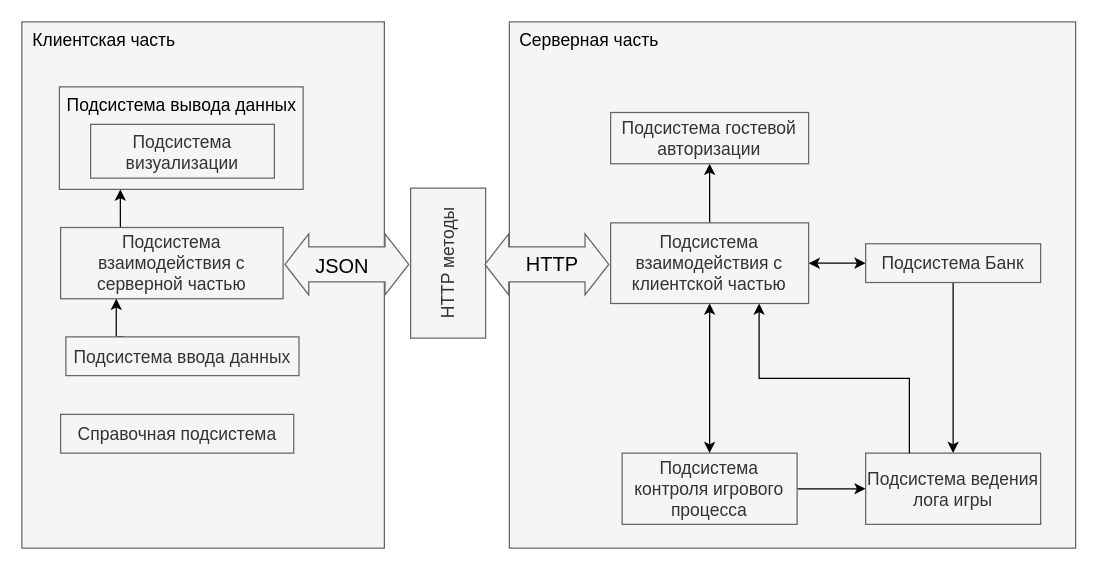
This is Структурка.drawio from WhitePencil1/ProgEngineering, a draw.io file, before an edit. Source tidied: cells renumbered, new cells numbered last; positions are measured from the earlier drawing's top-left corner, leaving out a move shared by most shapes. Both pictures are drawn from the tidied source at 125%, with x=0, y=0 at pixel (21, 21).
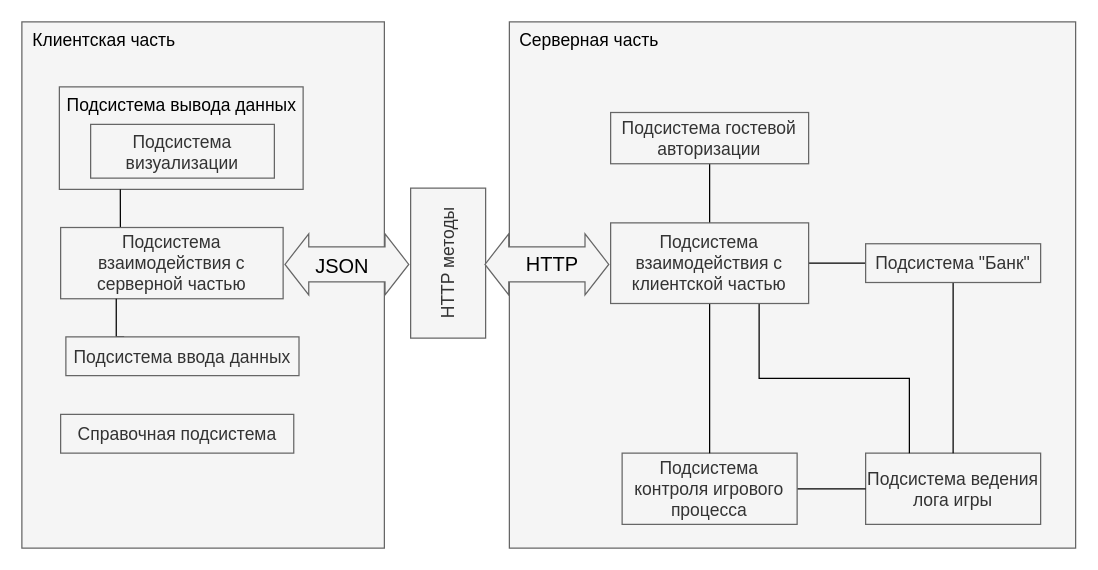
The same diagram, later.

Unchanged cells that the change refers to:
```xml
<mxCell id="4" value="&lt;div&gt;&lt;br&gt;&lt;/div&gt;" style="rounded=0;whiteSpace=wrap;html=1;fillColor=#f5f5f5;fontColor=#333333;strokeColor=#666666;align=center;" parent="1" vertex="1">
  <mxGeometry x="30" y="52" width="195" height="82" as="geometry" />
</mxCell>
<mxCell id="9" value="&lt;font style=&quot;font-size: 14px;&quot;&gt;Подсистема взаимодействия с серверной частью&lt;/font&gt;" style="rounded=0;whiteSpace=wrap;html=1;fillColor=#f5f5f5;fontColor=#333333;strokeColor=#666666;" parent="1" vertex="1">
  <mxGeometry x="31" y="164.5" width="178" height="57" as="geometry" />
</mxCell>
<mxCell id="11" value="&lt;font style=&quot;font-size: 14px;&quot;&gt;Подсистема ввода данных&lt;/font&gt;" style="rounded=0;whiteSpace=wrap;html=1;fillColor=#f5f5f5;fontColor=#333333;strokeColor=#666666;" parent="1" vertex="1">
  <mxGeometry x="35.2" y="252" width="186.5" height="31" as="geometry" />
</mxCell>
<mxCell id="19" value="&lt;span style=&quot;font-size: 14px;&quot;&gt;Подсистема ведения лога игры&lt;/span&gt;" style="rounded=0;whiteSpace=wrap;html=1;fillColor=#f5f5f5;fontColor=#333333;strokeColor=#666666;" parent="1" vertex="1">
  <mxGeometry x="675" y="345" width="140" height="57" as="geometry" />
</mxCell>
<mxCell id="21" value="&lt;span style=&quot;font-size: 14px;&quot;&gt;Подсистема контроля игрового процесса&lt;/span&gt;" style="rounded=0;whiteSpace=wrap;html=1;fillColor=#f5f5f5;fontColor=#333333;strokeColor=#666666;" parent="1" vertex="1">
  <mxGeometry x="480.2" y="345" width="140" height="57" as="geometry" />
</mxCell>
<mxCell id="28" value="&lt;span style=&quot;font-size: 14px;&quot;&gt;Подсистема взаимодействия с клиентской частью&lt;/span&gt;" style="rounded=0;whiteSpace=wrap;html=1;fillColor=#f5f5f5;fontColor=#333333;strokeColor=#666666;" parent="1" vertex="1">
  <mxGeometry x="471" y="160.8" width="158.4" height="64.5" as="geometry" />
</mxCell>
<mxCell id="30" value="&lt;span style=&quot;font-size: 14px;&quot;&gt;Подсистема гостевой авторизации&lt;/span&gt;" style="rounded=0;whiteSpace=wrap;html=1;fillColor=#f5f5f5;fontColor=#333333;strokeColor=#666666;" parent="1" vertex="1">
  <mxGeometry x="471" y="72.5" width="158.4" height="41" as="geometry" />
</mxCell>
```

The edit, as a diff of the source:
```diff
@@
-    <mxCell id="8" style="edgeStyle=orthogonalEdgeStyle;rounded=0;jettySize=auto;html=1;exitX=0.25;exitY=0;exitDx=0;exitDy=0;entryX=0.25;entryY=1;entryDx=0;entryDy=0;strokeColor=#000000;" parent="1" edge="1" source="9" target="4">
+    <mxCell id="8" style="edgeStyle=orthogonalEdgeStyle;rounded=0;jettySize=auto;html=1;exitX=0.25;exitY=0;exitDx=0;exitDy=0;entryX=0.25;entryY=1;entryDx=0;entryDy=0;strokeColor=#000000;endArrow=none;endFill=0;" parent="1" edge="1" source="9" target="4">
       <mxGeometry relative="1" as="geometry" />
     </mxCell>
@@
-    <mxCell id="10" style="edgeStyle=orthogonalEdgeStyle;rounded=0;jettySize=auto;html=1;exitX=0.25;exitY=0;exitDx=0;exitDy=0;entryX=0.25;entryY=1;entryDx=0;entryDy=0;strokeColor=#000000;" parent="1" edge="1" source="11" target="9">
+    <mxCell id="10" style="edgeStyle=orthogonalEdgeStyle;rounded=0;jettySize=auto;html=1;exitX=0.25;exitY=0;exitDx=0;exitDy=0;entryX=0.25;entryY=1;entryDx=0;entryDy=0;strokeColor=#000000;endArrow=none;endFill=0;" parent="1" edge="1" source="11" target="9">
       <mxGeometry relative="1" as="geometry" />
     </mxCell>
@@
-    <mxCell id="20" style="edgeStyle=orthogonalEdgeStyle;rounded=0;jettySize=auto;html=1;exitX=1;exitY=0.5;exitDx=0;exitDy=0;entryX=0;entryY=0.5;entryDx=0;entryDy=0;strokeColor=#000000;" parent="1" edge="1" source="21" target="19">
+    <mxCell id="20" style="edgeStyle=orthogonalEdgeStyle;rounded=0;jettySize=auto;html=1;exitX=1;exitY=0.5;exitDx=0;exitDy=0;entryX=0;entryY=0.5;entryDx=0;entryDy=0;strokeColor=#000000;startArrow=none;startFill=0;endArrow=none;endFill=0;" parent="1" edge="1" source="21" target="19">
       <mxGeometry relative="1" as="geometry" />
     </mxCell>
@@
-    <mxCell id="22" style="edgeStyle=orthogonalEdgeStyle;rounded=0;jettySize=auto;html=1;exitX=0.5;exitY=1;exitDx=0;exitDy=0;entryX=0.5;entryY=0;entryDx=0;entryDy=0;strokeColor=#000000;" parent="1" edge="1" source="24" target="19">
+    <mxCell id="22" style="edgeStyle=orthogonalEdgeStyle;rounded=0;jettySize=auto;html=1;exitX=0.5;exitY=1;exitDx=0;exitDy=0;entryX=0.5;entryY=0;entryDx=0;entryDy=0;strokeColor=#000000;startArrow=none;startFill=0;endArrow=none;endFill=0;" parent="1" edge="1" source="24" target="19">
       <mxGeometry relative="1" as="geometry" />
     </mxCell>
-    <mxCell id="23" style="edgeStyle=orthogonalEdgeStyle;rounded=0;jettySize=auto;html=1;exitX=0;exitY=0.5;exitDx=0;exitDy=0;entryX=1;entryY=0.5;entryDx=0;entryDy=0;startArrow=classic;startFill=1;strokeColor=#000000;" parent="1" edge="1" source="24" target="28">
+    <mxCell id="23" style="edgeStyle=orthogonalEdgeStyle;rounded=0;jettySize=auto;html=1;exitX=0;exitY=0.5;exitDx=0;exitDy=0;entryX=1;entryY=0.5;entryDx=0;entryDy=0;startArrow=none;startFill=0;strokeColor=#000000;endArrow=none;endFill=0;" parent="1" edge="1" source="24" target="28">
       <mxGeometry relative="1" as="geometry" />
     </mxCell>
-    <mxCell id="24" value="&lt;span style=&quot;font-size: 14px;&quot;&gt;Подсистема Банк&lt;/span&gt;" style="rounded=0;whiteSpace=wrap;html=1;fillColor=#f5f5f5;fontColor=#333333;strokeColor=#666666;" parent="1" vertex="1">
+    <mxCell id="24" value="&lt;span style=&quot;font-size: 14px;&quot;&gt;Подсистема &quot;Банк&quot;&lt;/span&gt;" style="rounded=0;whiteSpace=wrap;html=1;fillColor=#f5f5f5;fontColor=#333333;strokeColor=#666666;" parent="1" vertex="1">
       <mxGeometry x="675" y="177.5" width="140" height="31" as="geometry" />
     </mxCell>
-    <mxCell id="25" style="edgeStyle=orthogonalEdgeStyle;rounded=0;jettySize=auto;html=1;entryX=0.5;entryY=0;entryDx=0;entryDy=0;strokeColor=#000000;startArrow=classic;startFill=1;" parent="1" edge="1" source="28" target="21">
+    <mxCell id="25" style="edgeStyle=orthogonalEdgeStyle;rounded=0;jettySize=auto;html=1;entryX=0.5;entryY=0;entryDx=0;entryDy=0;strokeColor=#000000;startArrow=none;startFill=0;endArrow=none;endFill=0;" parent="1" edge="1" source="28" target="21">
       <mxGeometry relative="1" as="geometry" />
     </mxCell>
-    <mxCell id="26" style="edgeStyle=orthogonalEdgeStyle;rounded=0;jettySize=auto;html=1;exitX=0.5;exitY=0;exitDx=0;exitDy=0;entryX=0.5;entryY=1;entryDx=0;entryDy=0;strokeColor=#000000;" parent="1" edge="1" source="28" target="30">
+    <mxCell id="26" style="edgeStyle=orthogonalEdgeStyle;rounded=0;jettySize=auto;html=1;exitX=0.5;exitY=0;exitDx=0;exitDy=0;entryX=0.5;entryY=1;entryDx=0;entryDy=0;strokeColor=#000000;endArrow=none;endFill=0;startArrow=none;startFill=0;" parent="1" edge="1" source="28" target="30">
       <mxGeometry relative="1" as="geometry" />
     </mxCell>
-    <mxCell id="27" style="edgeStyle=orthogonalEdgeStyle;rounded=0;jettySize=auto;html=1;exitX=0.75;exitY=1;exitDx=0;exitDy=0;entryX=0.25;entryY=0;entryDx=0;entryDy=0;strokeColor=#000000;startArrow=classic;startFill=1;endArrow=none;endFill=0;" parent="1" edge="1" source="28" target="19">
+    <mxCell id="27" style="edgeStyle=orthogonalEdgeStyle;rounded=0;jettySize=auto;html=1;exitX=0.75;exitY=1;exitDx=0;exitDy=0;entryX=0.25;entryY=0;entryDx=0;entryDy=0;strokeColor=#000000;startArrow=none;startFill=0;endArrow=none;endFill=0;" parent="1" edge="1" source="28" target="19">
       <mxGeometry relative="1" as="geometry" />
     </mxCell>
```
